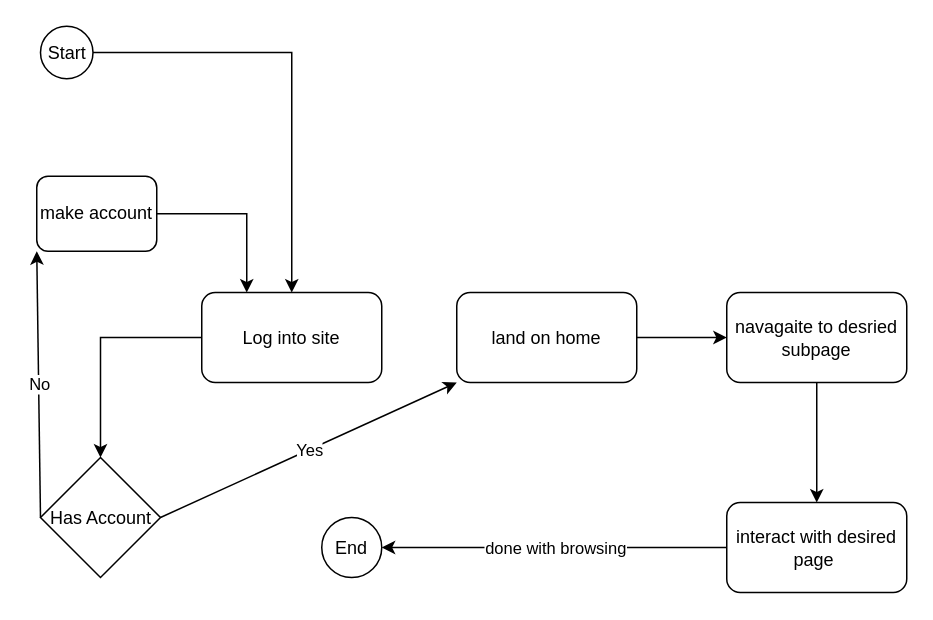
Earlier version of the draw.io diagram charts/basic_flow.drawio.xml (JeffCompasClassrooms/cs2450-youface-fall2025-deecs). Source tidied: cells renumbered, new cells numbered last; positions are measured from the earlier drawing's top-left corner, leaving out a move shared by most shapes. Both pictures are drawn from the tidied source at 150%, with x=0, y=0 at pixel (36, 26).
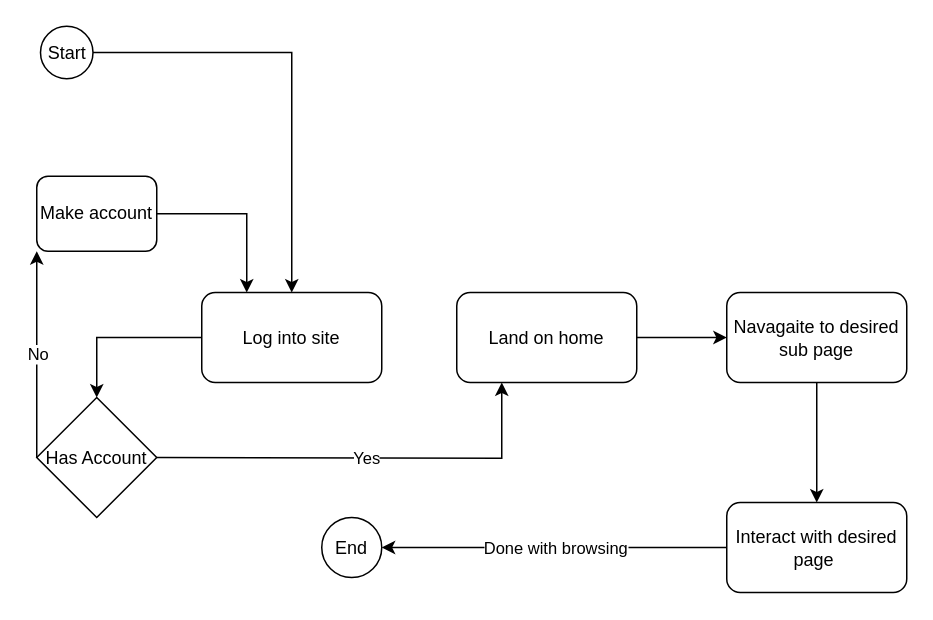
The same page after the edit.

The change refers to these unchanged cells:
```xml
<mxCell id="12" style="endArrow=classic;html=1;rounded=0;exitX=0;exitY=0.5;exitDx=0;exitDy=0;entryX=1;entryY=0.5;entryDx=0;entryDy=0;" parent="1" edge="1" source="11" target="14">
  <mxGeometry relative="1" as="geometry">
    <Array as="points">
      <mxPoint x="360" y="347.5" />
    </Array>
  </mxGeometry>
</mxCell>
```

The edit, as a diff of the source:
```diff
@@
-    <mxCell id="5" value="land on home" style="rounded=1;whiteSpace=wrap;html=1;" parent="1" vertex="1">
+    <mxCell id="5" value="Land on home" style="rounded=1;whiteSpace=wrap;html=1;" parent="1" vertex="1">
       <mxGeometry x="280" y="177.5" width="120" height="60" as="geometry" />
     </mxCell>
     <mxCell id="6" value="Has Account" style="rhombus;whiteSpace=wrap;html=1;" parent="1" vertex="1">
-      <mxGeometry x="2.5" y="287.5" width="80" height="80" as="geometry" />
+      <mxGeometry y="247.5" width="80" height="80" as="geometry" />
     </mxCell>
-    <mxCell id="7" style="endArrow=classic;html=1;rounded=0;entryX=0;entryY=1;entryDx=0;entryDy=0;exitX=1;exitY=0.5;exitDx=0;exitDy=0;" parent="1" edge="1" source="6" target="5">
-      <mxGeometry relative="1" as="geometry" />
+    <mxCell id="7" style="endArrow=classic;html=1;rounded=0;exitX=1;exitY=0.5;exitDx=0;exitDy=0;entryX=0.25;entryY=1;entryDx=0;entryDy=0;" parent="1" edge="1" source="6" target="5">
+      <mxGeometry relative="1" as="geometry">
+        <Array as="points">
+          <mxPoint x="310" y="288" />
+        </Array>
+      </mxGeometry>
     </mxCell>
@@
-    <mxCell id="10" value="navagaite to desried subpage" style="rounded=1;whiteSpace=wrap;html=1;" parent="1" vertex="1">
+    <mxCell id="10" value="Navagaite to desired sub page" style="rounded=1;whiteSpace=wrap;html=1;" parent="1" vertex="1">
       <mxGeometry x="460" y="177.5" width="120" height="60" as="geometry" />
     </mxCell>
-    <mxCell id="11" value="interact with desired page&amp;nbsp;" style="rounded=1;whiteSpace=wrap;html=1;" parent="1" vertex="1">
+    <mxCell id="11" value="Interact with desired page&amp;nbsp;" style="rounded=1;whiteSpace=wrap;html=1;" parent="1" vertex="1">
       <mxGeometry x="460" y="317.5" width="120" height="60" as="geometry" />
     </mxCell>
@@
-    <mxCell id="13" value="done with browsing" style="edgeLabel;html=1;align=center;verticalAlign=middle;" parent="12" vertex="1">
+    <mxCell id="13" value="Done with browsing" style="edgeLabel;html=1;align=center;verticalAlign=middle;" parent="12" vertex="1">
       <mxGeometry relative="1" as="geometry" />
     </mxCell>
@@
-    <mxCell id="18" value="make account" style="rounded=1;whiteSpace=wrap;html=1;" parent="1" vertex="1">
+    <mxCell id="18" value="Make account" style="rounded=1;whiteSpace=wrap;html=1;" parent="1" vertex="1">
       <mxGeometry y="100" width="80" height="50" as="geometry" />
     </mxCell>
```
